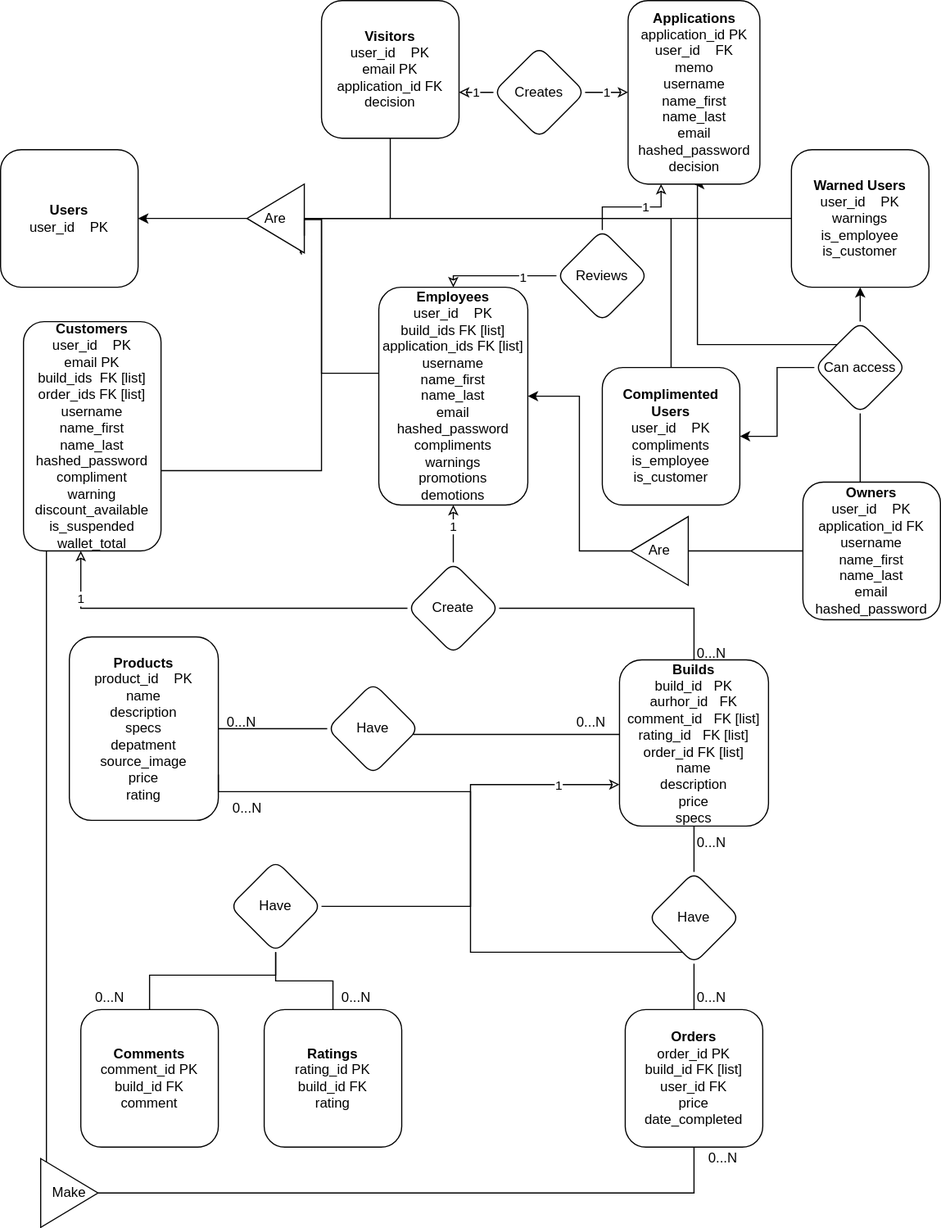
The draw.io diagram Diagrams/Report-2/SVG/ER-system.drawio.svg in lyloster/csc322-webstore, before a commit. Source tidied: cells renumbered, new cells last; positions are measured from the earlier drawing's top-left corner, leaving out a move shared by most shapes.
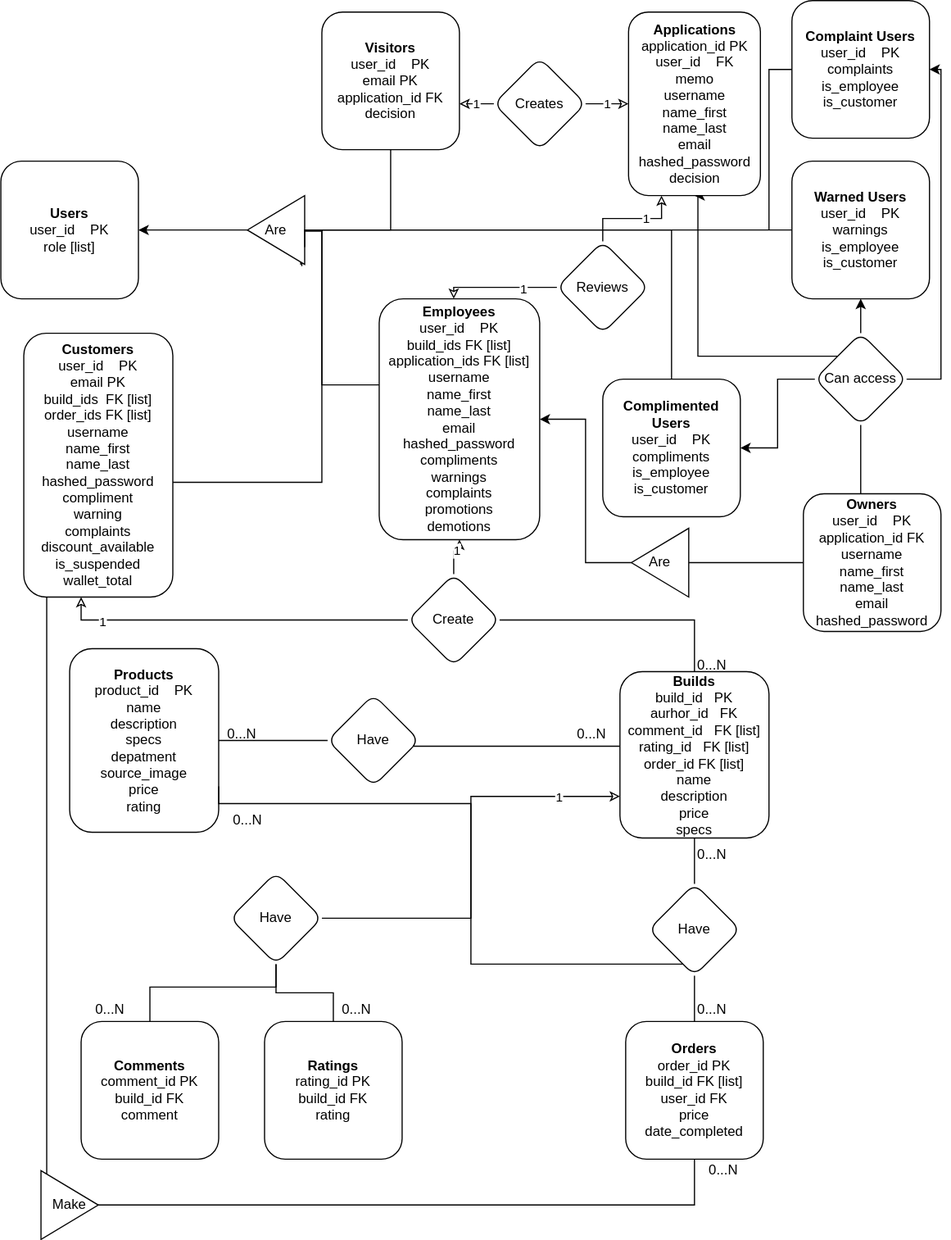
After the commit.

The edit, as a diff of the source:
```diff
@@ -2,7 +2,7 @@
   <root>
     <mxCell id="0" />
     <mxCell id="1" parent="0" />
-    <mxCell id="2" value="&lt;b&gt;Users&lt;/b&gt;&lt;br&gt;user_id&amp;nbsp; &amp;nbsp; PK" style="rounded=1;whiteSpace=wrap;html=1;" parent="1" vertex="1">
+    <mxCell id="2" value="&lt;b&gt;Users&lt;/b&gt;&lt;br&gt;user_id&amp;nbsp; &amp;nbsp; PK&lt;br&gt;role [list]" style="rounded=1;whiteSpace=wrap;html=1;" parent="1" vertex="1">
       <mxGeometry y="130" width="120" height="120" as="geometry" />
     </mxCell>
     <mxCell id="3" value="&lt;b&gt;Owners&lt;/b&gt;&lt;br&gt;user_id&amp;nbsp; &amp;nbsp; PK&lt;br&gt;application_id FK&lt;br style=&quot;border-color: var(--border-color);&quot;&gt;username&lt;br style=&quot;border-color: var(--border-color);&quot;&gt;name_first&lt;br style=&quot;border-color: var(--border-color);&quot;&gt;name_last&lt;br style=&quot;border-color: var(--border-color);&quot;&gt;email&lt;br style=&quot;border-color: var(--border-color);&quot;&gt;hashed_password" style="rounded=1;whiteSpace=wrap;html=1;" parent="1" vertex="1">
@@ -32,8 +32,8 @@
     <mxCell id="8" value="1" style="edgeLabel;html=1;align=center;verticalAlign=middle;" parent="7" vertex="1">
       <mxGeometry x="-0.39" y="1" relative="1" as="geometry" />
     </mxCell>
-    <mxCell id="9" value="&lt;b&gt;Employees&lt;br&gt;&lt;/b&gt;user_id&amp;nbsp; &amp;nbsp; PK&lt;br&gt;build_ids FK [list]&lt;br style=&quot;border-color: var(--border-color);&quot;&gt;application_ids FK [list]&lt;br&gt;username&lt;br&gt;name_first&lt;br&gt;name_last&lt;br&gt;email&lt;br&gt;hashed_password&lt;br&gt;compliments&lt;br&gt;warnings&lt;br&gt;promotions&lt;br&gt;demotions" style="rounded=1;whiteSpace=wrap;html=1;" parent="1" vertex="1">
-      <mxGeometry x="330" y="250" width="130" height="190" as="geometry" />
+    <mxCell id="9" value="&lt;b&gt;Employees&lt;br&gt;&lt;/b&gt;user_id&amp;nbsp; &amp;nbsp; PK&lt;br&gt;build_ids FK [list]&lt;br style=&quot;border-color: var(--border-color);&quot;&gt;application_ids FK [list]&lt;br&gt;username&lt;br&gt;name_first&lt;br&gt;name_last&lt;br&gt;email&lt;br&gt;hashed_password&lt;br&gt;compliments&lt;br&gt;warnings&lt;br&gt;complaints&lt;br&gt;promotions&lt;br&gt;demotions" style="rounded=1;whiteSpace=wrap;html=1;" parent="1" vertex="1">
+      <mxGeometry x="330" y="250" width="140" height="210" as="geometry" />
     </mxCell>
     <mxCell id="10" style="edgeStyle=orthogonalEdgeStyle;rounded=0;jettySize=auto;html=1;endArrow=classic;endFill=0;" parent="1" edge="1" source="28" target="14">
       <mxGeometry relative="1" as="geometry">
@@ -60,8 +60,8 @@
         </Array>
       </mxGeometry>
     </mxCell>
-    <mxCell id="14" value="&lt;b&gt;Customers&lt;br&gt;&lt;/b&gt;user_id&amp;nbsp; &amp;nbsp; PK&lt;br&gt;email PK&lt;br style=&quot;border-color: var(--border-color);&quot;&gt;build_ids&amp;nbsp; FK [list]&lt;br style=&quot;border-color: var(--border-color);&quot;&gt;order_ids FK [list]&lt;br&gt;username&lt;br&gt;name_first&lt;br&gt;name_last&lt;br&gt;hashed_password&lt;br&gt;compliment&lt;br&gt;warning&lt;br&gt;discount_available&lt;br&gt;is_suspended&lt;br&gt;wallet_total" style="rounded=1;whiteSpace=wrap;html=1;" parent="1" vertex="1">
-      <mxGeometry x="20" y="280" width="120" height="200" as="geometry" />
+    <mxCell id="14" value="&lt;b&gt;Customers&lt;br&gt;&lt;/b&gt;user_id&amp;nbsp; &amp;nbsp; PK&lt;br&gt;email PK&lt;br style=&quot;border-color: var(--border-color);&quot;&gt;build_ids&amp;nbsp; FK [list]&lt;br style=&quot;border-color: var(--border-color);&quot;&gt;order_ids FK [list]&lt;br&gt;username&lt;br&gt;name_first&lt;br&gt;name_last&lt;br&gt;hashed_password&lt;br&gt;compliment&lt;br&gt;warning&lt;br&gt;complaints&lt;br&gt;discount_available&lt;br&gt;is_suspended&lt;br&gt;wallet_total" style="rounded=1;whiteSpace=wrap;html=1;" parent="1" vertex="1">
+      <mxGeometry x="20" y="280" width="130" height="230" as="geometry" />
     </mxCell>
     <mxCell id="15" value="&lt;b&gt;Products&lt;/b&gt;&lt;br&gt;product_id&amp;nbsp; &amp;nbsp; PK&lt;br&gt;name&lt;br&gt;description&lt;br&gt;specs&lt;br&gt;depatment&lt;br&gt;source_image&lt;br&gt;price&lt;br&gt;rating" style="rounded=1;whiteSpace=wrap;html=1;" parent="1" vertex="1">
       <mxGeometry x="60" y="555" width="130" height="160" as="geometry" />
@@ -148,6 +148,14 @@
         </Array>
       </mxGeometry>
     </mxCell>
+    <mxCell id="68" style="edgeStyle=orthogonalEdgeStyle;rounded=0;jettySize=auto;html=1;entryX=1;entryY=0.5;entryDx=0;entryDy=0;" parent="1" edge="1" source="36" target="70">
+      <mxGeometry relative="1" as="geometry">
+        <Array as="points">
+          <mxPoint x="820" y="320" />
+          <mxPoint x="820" y="50" />
+        </Array>
+      </mxGeometry>
+    </mxCell>
     <mxCell id="36" value="Can access" style="rhombus;whiteSpace=wrap;html=1;rounded=1;" parent="1" vertex="1">
       <mxGeometry x="710" y="280" width="80" height="80" as="geometry" />
     </mxCell>
@@ -263,5 +271,13 @@
     <mxCell id="67" value="Reviews" style="rhombus;whiteSpace=wrap;html=1;rounded=1;" parent="1" vertex="1">
       <mxGeometry x="485" y="200" width="80" height="80" as="geometry" />
     </mxCell>
+    <mxCell id="69" style="edgeStyle=orthogonalEdgeStyle;rounded=0;jettySize=auto;html=1;endArrow=none;endFill=0;" parent="1" edge="1" source="70">
+      <mxGeometry relative="1" as="geometry">
+        <mxPoint x="670" y="190" as="targetPoint" />
+      </mxGeometry>
+    </mxCell>
+    <mxCell id="70" value="&lt;b&gt;Complaint Users&lt;/b&gt;&lt;br&gt;user_id&amp;nbsp; &amp;nbsp; PK&lt;br&gt;complaints&lt;br&gt;is_employee&lt;br&gt;is_customer" style="rounded=1;whiteSpace=wrap;html=1;" parent="1" vertex="1">
+      <mxGeometry x="690" y="-10" width="120" height="120" as="geometry" />
+    </mxCell>
   </root>
 </mxGraphModel>
```
